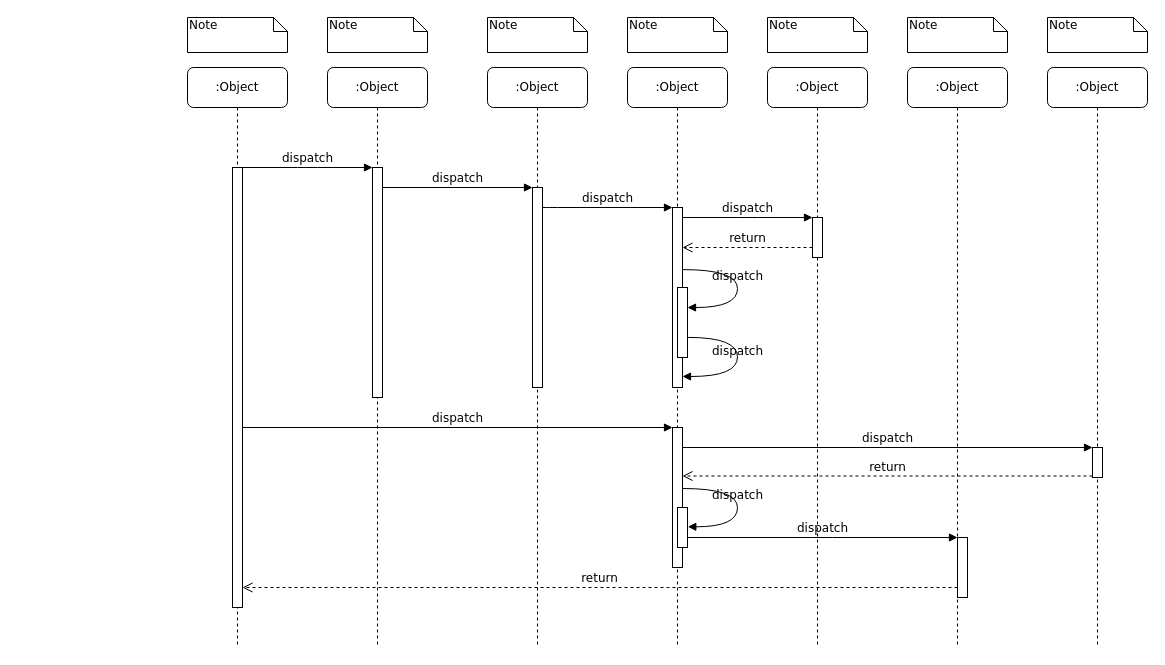
This is Untitled Diagram.drawio from yupwa/springdemo1, a draw.io file, before an edit. Source tidied: cells renumbered, new cells numbered last; positions are measured from the earlier drawing's top-left corner, leaving out a move shared by most shapes. Both pictures are drawn from the tidied source at 100%, with x=0, y=0 at pixel (187, 17).
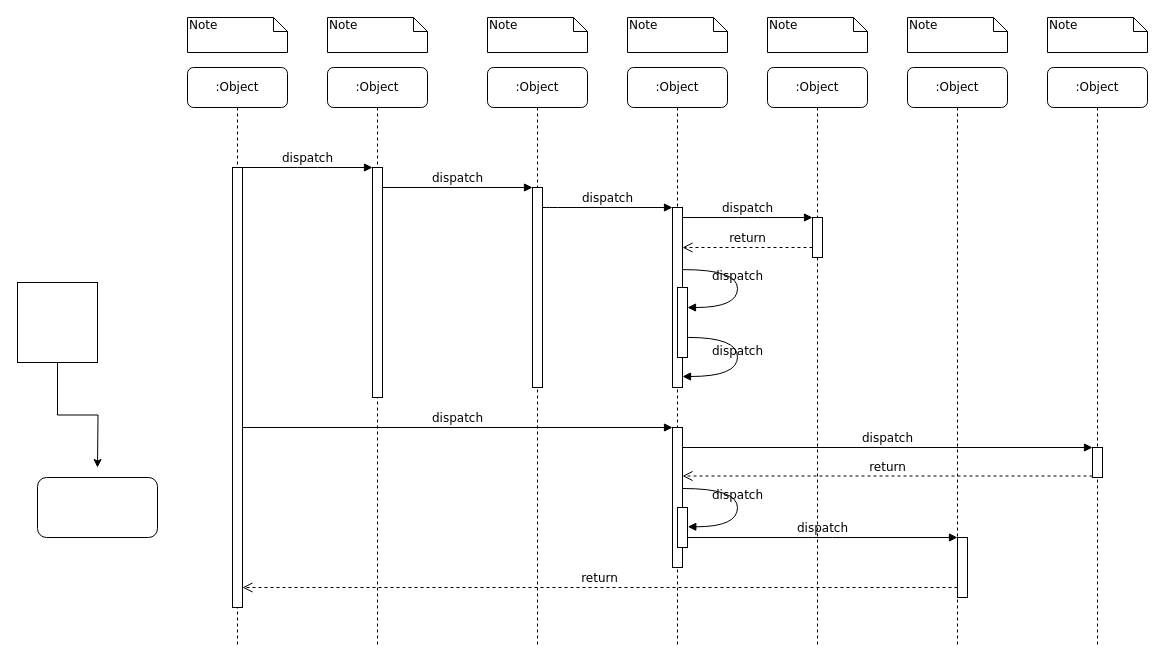
The same page after the edit.

The edit, as a diff of the source:
```diff
@@
+    <mxCell id="39" style="edgeStyle=orthogonalEdgeStyle;rounded=0;jettySize=auto;html=1;" parent="1" edge="1" source="40">
+      <mxGeometry relative="1" as="geometry">
+        <mxPoint x="-90" y="450" as="targetPoint" />
+      </mxGeometry>
+    </mxCell>
+    <mxCell id="40" style="whiteSpace=wrap;html=1;" parent="1" vertex="1">
+      <mxGeometry x="-170" y="265" width="80" height="80" as="geometry" />
+    </mxCell>
+    <mxCell id="41" style="rounded=1;whiteSpace=wrap;html=1;" parent="1" vertex="1">
+      <mxGeometry x="-150" y="460" width="120" height="60" as="geometry" />
+    </mxCell>
```
